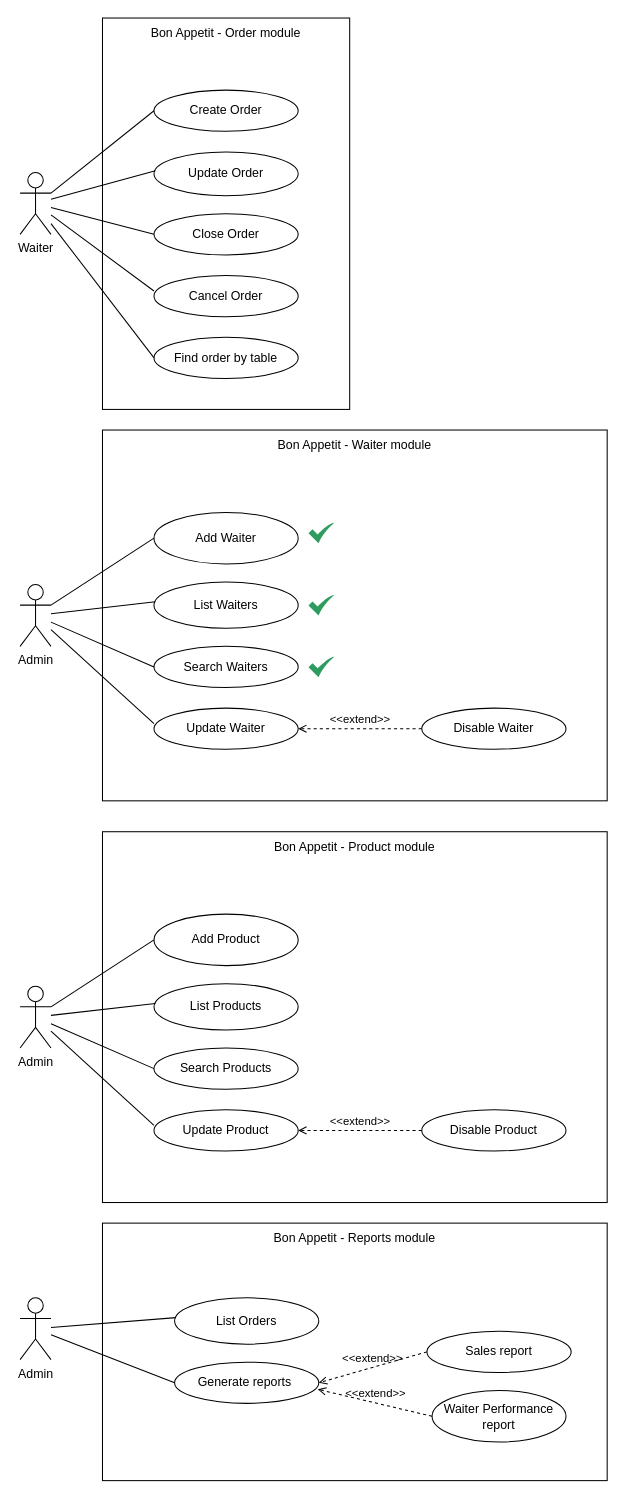
This is .diagram/use-case-diagram.drawio from prezdev88/bon-appetit-backend, a draw.io file, before an edit. Source tidied: cells renumbered, new cells numbered last; positions are measured from the earlier drawing's top-left corner, leaving out a move shared by most shapes. Both pictures are drawn from the tidied source at 103%, with x=0, y=0 at pixel (20, 18).
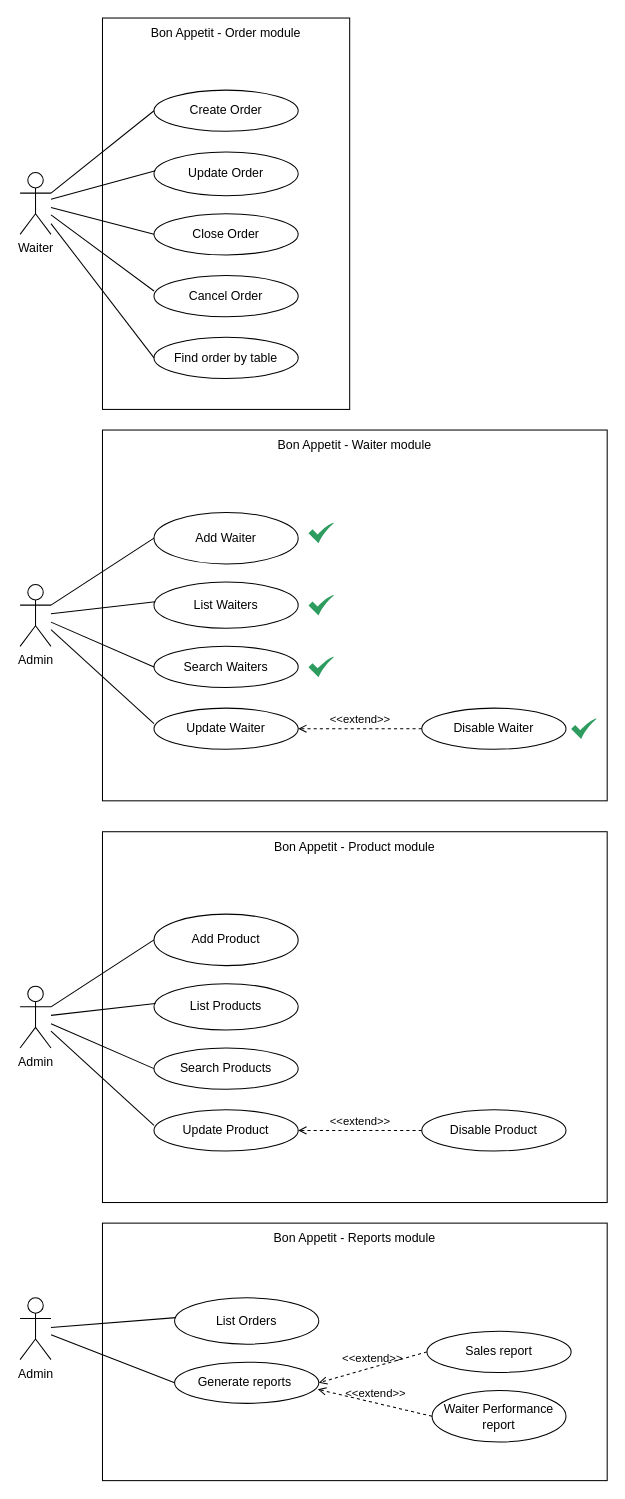
The same page after the edit.

The edit, as a diff of the source:
```diff
@@
+    <mxCell id="55" style="sketch=0;html=1;strokeColor=none;shadow=0;align=center;fillColor=#2D9C5E;verticalAlign=top;labelPosition=center;verticalLabelPosition=bottom;shape=mxgraph.gcp2.check;" parent="1" vertex="1">
+      <mxGeometry x="535" y="680" width="25" height="20" as="geometry" />
+    </mxCell>
```
